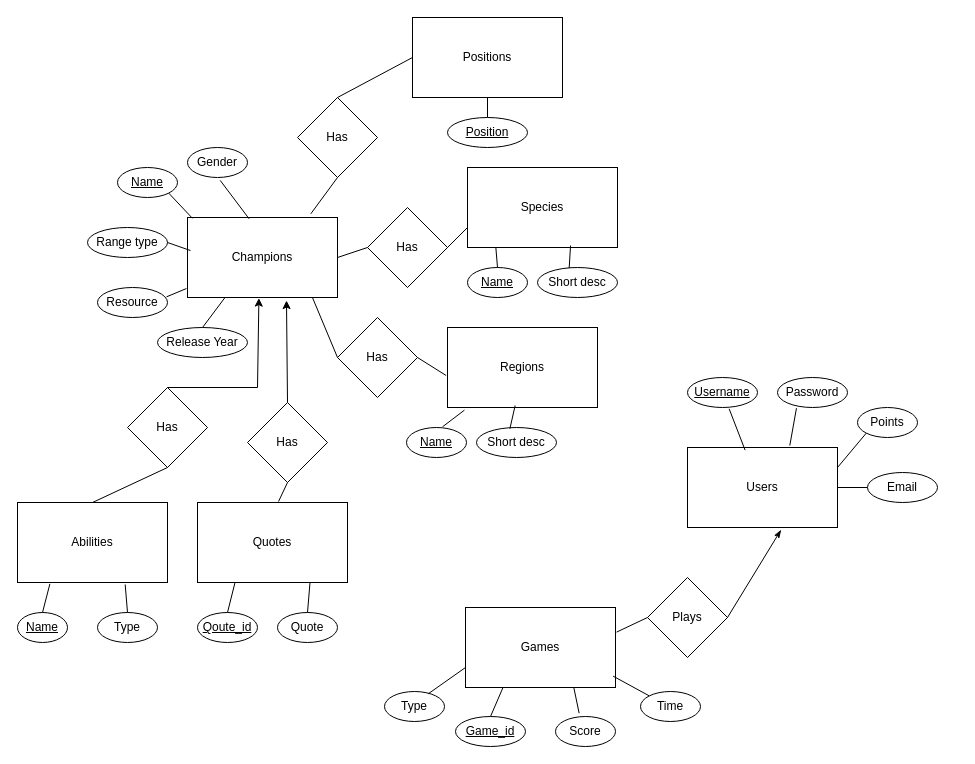
This is Design/Infinite Loldle.drawio from Gegewindis/Infinite-Loldle-DB, a draw.io file, before an edit. Source tidied: cells renumbered, new cells numbered last; positions are measured from the earlier drawing's top-left corner, leaving out a move shared by most shapes. Both pictures are drawn from the tidied source at 100%, with x=0, y=0 at pixel (17, 17).
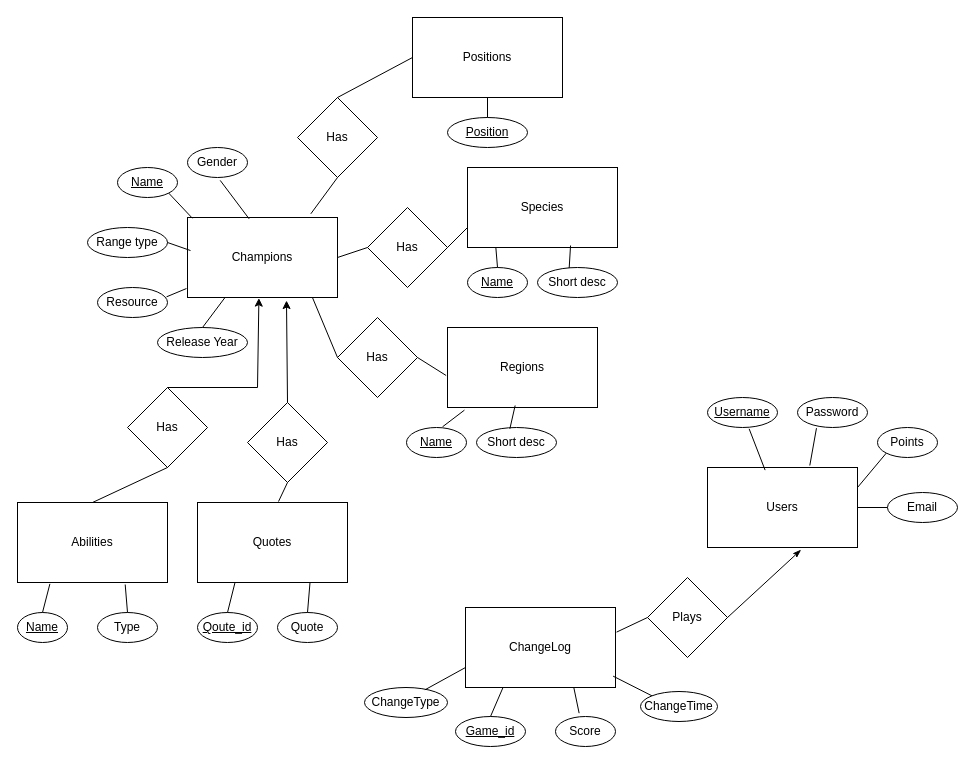
Above is the later version.

Commit message (it also covers changes not shown here):
added a trigger to Schema, some redesigning on the ER-diagram and fixed some bugs with the DB-tool

Change to the diagram source:
```diff
@@
     <mxCell id="3" value="Users" style="rounded=0;whiteSpace=wrap;html=1;" parent="1" vertex="1">
-      <mxGeometry x="670" y="430" width="150" height="80" as="geometry" />
+      <mxGeometry x="690" y="450" width="150" height="80" as="geometry" />
     </mxCell>
@@
     <mxCell id="9" value="Points" style="ellipse;whiteSpace=wrap;html=1;" parent="1" vertex="1">
-      <mxGeometry x="840" y="390" width="60" height="30" as="geometry" />
+      <mxGeometry x="860" y="410" width="60" height="30" as="geometry" />
     </mxCell>
     <mxCell id="10" value="&lt;u&gt;Username&lt;/u&gt;" style="ellipse;whiteSpace=wrap;html=1;" parent="1" vertex="1">
-      <mxGeometry x="670" y="360" width="70" height="30" as="geometry" />
+      <mxGeometry x="690" y="380" width="70" height="30" as="geometry" />
     </mxCell>
     <mxCell id="11" value="Password" style="ellipse;whiteSpace=wrap;html=1;" parent="1" vertex="1">
-      <mxGeometry x="760" y="360" width="70" height="30" as="geometry" />
+      <mxGeometry x="780" y="380" width="70" height="30" as="geometry" />
     </mxCell>
@@
-    <mxCell id="15" value="Games" style="rounded=0;whiteSpace=wrap;html=1;" parent="1" vertex="1">
+    <mxCell id="15" value="ChangeLog" style="rounded=0;whiteSpace=wrap;html=1;" parent="1" vertex="1">
       <mxGeometry x="448" y="590" width="150" height="80" as="geometry" />
     </mxCell>
@@
-    <mxCell id="18" value="Time" style="ellipse;whiteSpace=wrap;html=1;" parent="1" vertex="1">
-      <mxGeometry x="623" y="674" width="60" height="30" as="geometry" />
+    <mxCell id="18" value="ChangeTime" style="ellipse;whiteSpace=wrap;html=1;" parent="1" vertex="1">
+      <mxGeometry x="623" y="674" width="77" height="30" as="geometry" />
     </mxCell>
@@
-    <mxCell id="64" value="Type" style="ellipse;whiteSpace=wrap;html=1;" parent="1" vertex="1">
-      <mxGeometry x="367" y="674" width="60" height="30" as="geometry" />
+    <mxCell id="64" value="ChangeType" style="ellipse;whiteSpace=wrap;html=1;" parent="1" vertex="1">
+      <mxGeometry x="347" y="670" width="83" height="30" as="geometry" />
     </mxCell>
@@
     <mxCell id="70" value="Email" style="ellipse;whiteSpace=wrap;html=1;" parent="1" vertex="1">
-      <mxGeometry x="850" y="455" width="70" height="30" as="geometry" />
+      <mxGeometry x="870" y="475" width="70" height="30" as="geometry" />
     </mxCell>
```
